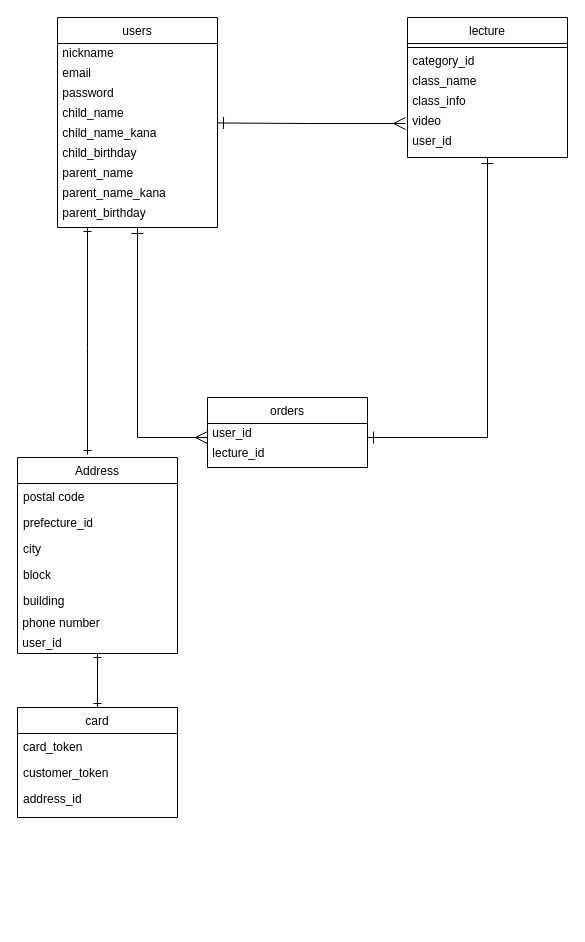
Before: e-school-35242.dio in putaro1222/e-school, a draw.io diagram. Source tidied: cells renumbered, new cells numbered last; positions are measured from the earlier drawing's top-left corner, leaving out a move shared by most shapes. Both pictures are drawn from the tidied source at 100%, with x=0, y=0 at pixel (17, 17).
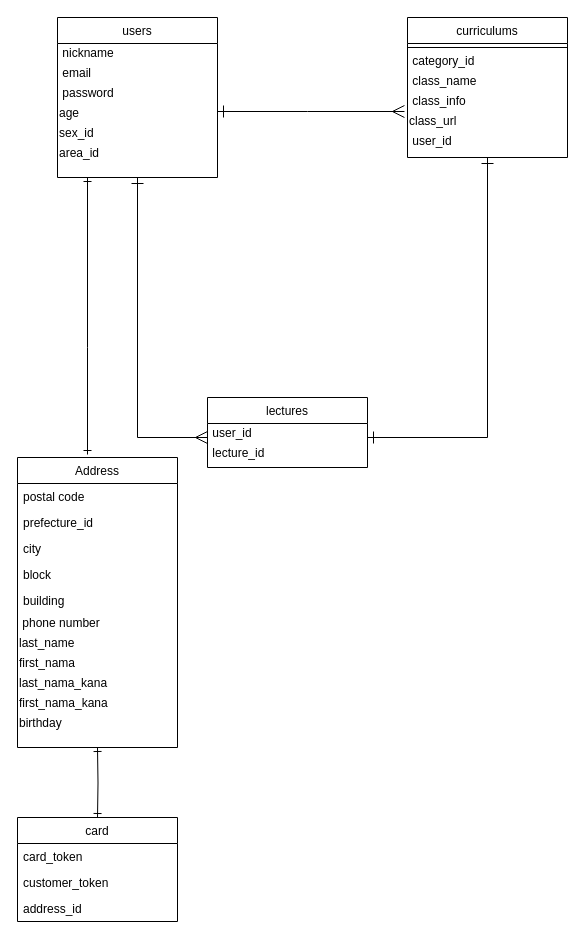
Above is the later version.

Diff of the diagram source:
```diff
@@
-    <mxCell id="3" style="edgeStyle=none;rounded=0;jettySize=auto;html=1;entryX=-0.012;entryY=0.6;entryDx=0;entryDy=0;entryPerimeter=0;fontFamily=Helvetica;endArrow=ERmany;endFill=0;endSize=10;startArrow=ERone;startFill=0;startSize=10;" parent="1" edge="1" source="4" target="23">
+    <mxCell id="3" style="edgeStyle=none;rounded=0;jettySize=auto;html=1;entryX=-0.019;entryY=0;entryDx=0;entryDy=0;entryPerimeter=0;fontFamily=Helvetica;endArrow=ERmany;endFill=0;endSize=10;startArrow=ERone;startFill=0;startSize=10;" parent="1" edge="1" target="23">
       <mxGeometry relative="1" as="geometry">
+        <mxPoint x="200" y="94" as="sourcePoint" />
         <Array as="points">
-          <mxPoint x="290" y="106" />
+          <mxPoint x="290" y="94" />
         </Array>
       </mxGeometry>
     </mxCell>
     <mxCell id="4" value="users" style="swimlane;fontStyle=0;align=center;verticalAlign=top;horizontal=1;startSize=26;rounded=0;shadow=0;strokeWidth=1;" parent="1" vertex="1">
-      <mxGeometry x="40" width="160" height="210" as="geometry" />
+      <mxGeometry x="40" width="160" height="160" as="geometry" />
     </mxCell>
@@
-    <mxCell id="8" value="&amp;nbsp;child_name" style="text;html=1;align=left;verticalAlign=middle;fontFamily=Helvetica;" parent="4" vertex="1">
+    <mxCell id="8" value="age" style="text;html=1;align=left;verticalAlign=middle;fontFamily=Helvetica;" parent="4" vertex="1">
       <mxGeometry y="86" width="160" height="20" as="geometry" />
     </mxCell>
-    <mxCell id="9" value="&amp;nbsp;child_name_kana" style="text;html=1;align=left;verticalAlign=middle;fontFamily=Helvetica;" parent="4" vertex="1">
+    <mxCell id="9" value="sex_id" style="text;html=1;align=left;verticalAlign=middle;fontFamily=Helvetica;" parent="4" vertex="1">
       <mxGeometry y="106" width="160" height="20" as="geometry" />
     </mxCell>
-    <mxCell id="10" value="&amp;nbsp;child_birthday" style="text;html=1;align=left;verticalAlign=middle;fontFamily=Helvetica;" parent="4" vertex="1">
+    <mxCell id="10" value="area_id" style="text;html=1;align=left;verticalAlign=middle;fontFamily=Helvetica;" parent="4" vertex="1">
       <mxGeometry y="126" width="160" height="20" as="geometry" />
     </mxCell>
-    <mxCell id="11" value="&amp;nbsp;parent_name" style="text;html=1;align=left;verticalAlign=middle;fontFamily=Helvetica;" parent="4" vertex="1">
-      <mxGeometry y="146" width="160" height="20" as="geometry" />
-    </mxCell>
-    <mxCell id="12" value="&amp;nbsp;parent_name_kana" style="text;html=1;align=left;verticalAlign=middle;fontFamily=Helvetica;" parent="4" vertex="1">
-      <mxGeometry y="166" width="160" height="20" as="geometry" />
-    </mxCell>
-    <mxCell id="13" value="&amp;nbsp;parent_birthday" style="text;html=1;align=left;verticalAlign=middle;fontFamily=Helvetica;" parent="4" vertex="1">
-      <mxGeometry y="186" width="160" height="20" as="geometry" />
-    </mxCell>
-    <mxCell id="14" value="orders" style="swimlane;fontStyle=0;align=center;verticalAlign=top;horizontal=1;startSize=26;rounded=0;shadow=0;strokeWidth=1;" parent="1" vertex="1">
+    <mxCell id="14" value="lectures" style="swimlane;fontStyle=0;align=center;verticalAlign=top;horizontal=1;startSize=26;rounded=0;shadow=0;strokeWidth=1;" parent="1" vertex="1">
       <mxGeometry x="190" y="380" width="160" height="70" as="geometry" />
     </mxCell>
@@
-    <mxCell id="18" value="lecture" style="swimlane;fontStyle=0;align=center;verticalAlign=top;horizontal=1;startSize=26;rounded=0;shadow=0;strokeWidth=1;" parent="1" vertex="1">
+    <mxCell id="18" value="curriculums" style="swimlane;fontStyle=0;align=center;verticalAlign=top;horizontal=1;startSize=26;rounded=0;shadow=0;strokeWidth=1;" parent="1" vertex="1">
       <mxGeometry x="390" width="160" height="140" as="geometry" />
     </mxCell>
@@
-    <mxCell id="23" value="&amp;nbsp;video" style="text;html=1;align=left;verticalAlign=middle;points=[];fontFamily=Helvetica;" parent="18" vertex="1">
+    <mxCell id="23" value="class_url" style="text;html=1;align=left;verticalAlign=middle;points=[];fontFamily=Helvetica;" parent="18" vertex="1">
       <mxGeometry y="94" width="160" height="20" as="geometry" />
     </mxCell>
@@
     <mxCell id="25" value="Address" style="swimlane;fontStyle=0;align=center;verticalAlign=top;horizontal=1;startSize=26;rounded=0;shadow=0;strokeWidth=1;" parent="1" vertex="1">
-      <mxGeometry y="440" width="160" height="196" as="geometry" />
+      <mxGeometry y="440" width="160" height="290" as="geometry" />
     </mxCell>
@@
-    <mxCell id="32" value="&amp;nbsp;user_id" style="text;html=1;align=left;verticalAlign=middle;points=[];fontFamily=Helvetica;" parent="25" vertex="1">
+    <mxCell id="32" value="last_name" style="text;html=1;align=left;verticalAlign=middle;points=[];fontFamily=Helvetica;" parent="25" vertex="1">
       <mxGeometry y="176" width="160" height="20" as="geometry" />
     </mxCell>
+    <mxCell id="39" value="first_nama" style="text;html=1;align=left;verticalAlign=middle;fontFamily=Helvetica;" parent="25" vertex="1">
+      <mxGeometry y="196" width="160" height="20" as="geometry" />
+    </mxCell>
+    <mxCell id="40" value="last_nama_kana" style="text;html=1;align=left;verticalAlign=middle;fontFamily=Helvetica;" parent="25" vertex="1">
+      <mxGeometry y="216" width="160" height="20" as="geometry" />
+    </mxCell>
+    <mxCell id="41" value="first_nama_kana" style="text;html=1;align=left;verticalAlign=middle;fontFamily=Helvetica;" parent="25" vertex="1">
+      <mxGeometry y="236" width="160" height="20" as="geometry" />
+    </mxCell>
+    <mxCell id="42" value="birthday" style="text;html=1;align=left;verticalAlign=middle;fontFamily=Helvetica;" parent="25" vertex="1">
+      <mxGeometry y="256" width="160" height="20" as="geometry" />
+    </mxCell>
     <mxCell id="33" value="card" style="swimlane;fontStyle=0;align=center;verticalAlign=top;horizontal=1;startSize=26;rounded=0;shadow=0;strokeWidth=1;" parent="1" vertex="1">
-      <mxGeometry y="690" width="160" height="110" as="geometry" />
+      <mxGeometry y="800" width="160" height="104" as="geometry" />
     </mxCell>
@@
-    <mxCell id="37" style="edgeStyle=orthogonalEdgeStyle;rounded=0;jettySize=auto;html=1;entryX=0.5;entryY=0;entryDx=0;entryDy=0;endArrow=ERone;endFill=0;startArrow=ERone;startFill=0;" parent="1" edge="1" source="32" target="33">
-      <mxGeometry relative="1" as="geometry" />
+    <mxCell id="37" style="edgeStyle=orthogonalEdgeStyle;rounded=0;jettySize=auto;html=1;entryX=0.5;entryY=0;entryDx=0;entryDy=0;endArrow=ERone;endFill=0;startArrow=ERone;startFill=0;" parent="1" edge="1" target="33">
+      <mxGeometry relative="1" as="geometry">
+        <mxPoint x="80" y="730" as="sourcePoint" />
+      </mxGeometry>
     </mxCell>
     <mxCell id="38" style="edgeStyle=orthogonalEdgeStyle;rounded=0;orthogonalLoop=1;jettySize=auto;html=1;startArrow=ERone;startFill=0;endArrow=ERone;endFill=0;" parent="1" edge="1">
       <mxGeometry relative="1" as="geometry">
-        <mxPoint x="70" y="210" as="sourcePoint" />
+        <mxPoint x="70" y="160" as="sourcePoint" />
         <mxPoint x="70" y="437" as="targetPoint" />
         <Array as="points">
           <mxPoint x="70" y="330" />
           <mxPoint x="70" y="330" />
         </Array>
       </mxGeometry>
     </mxCell>
```
